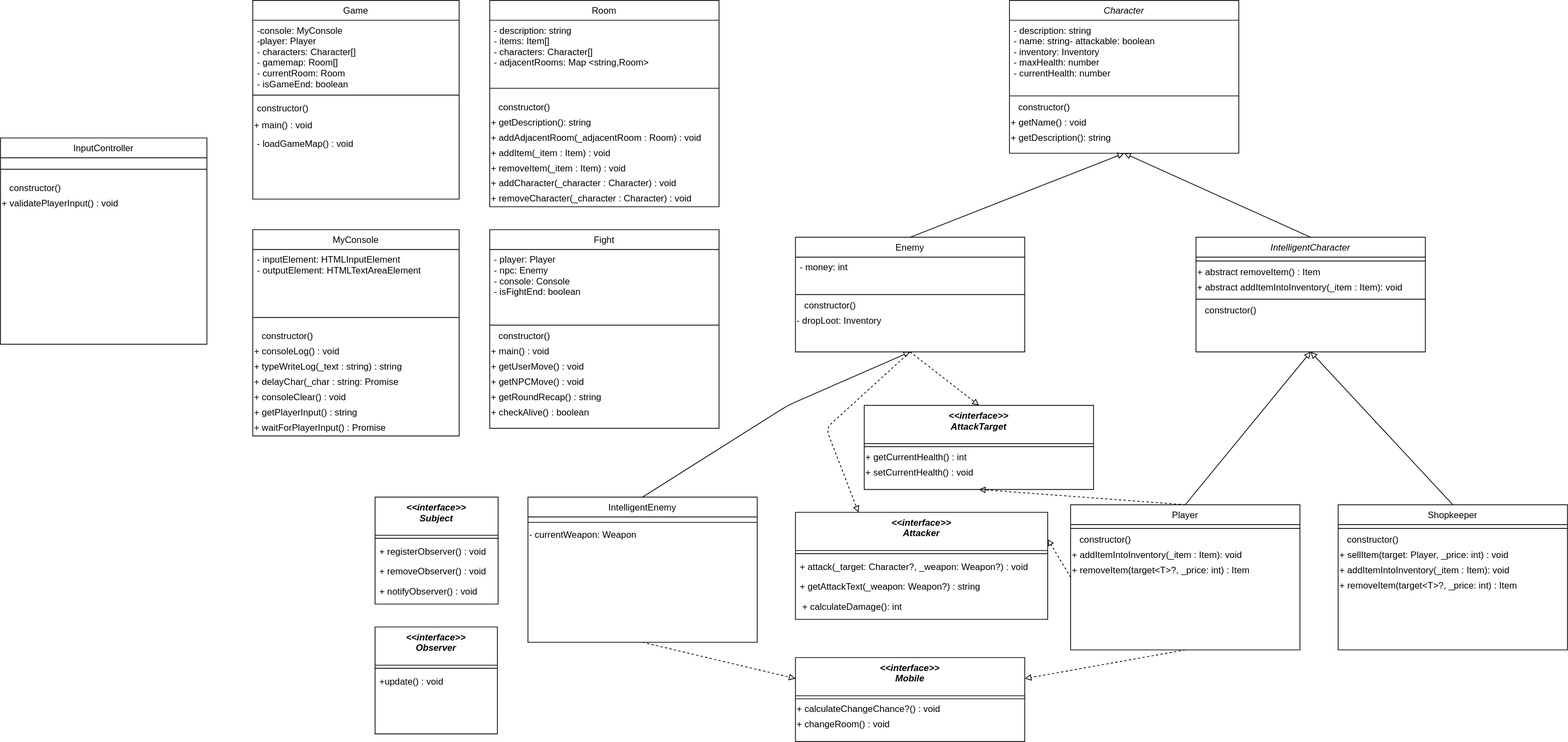
Before: concept/TextAdventure_ClassDiagram.svg, a diagram exported from draw.io (exolicious/Textadventure). Source tidied: cells renumbered, new cells last; positions are measured from the earlier drawing's top-left corner, leaving out a move shared by most shapes.
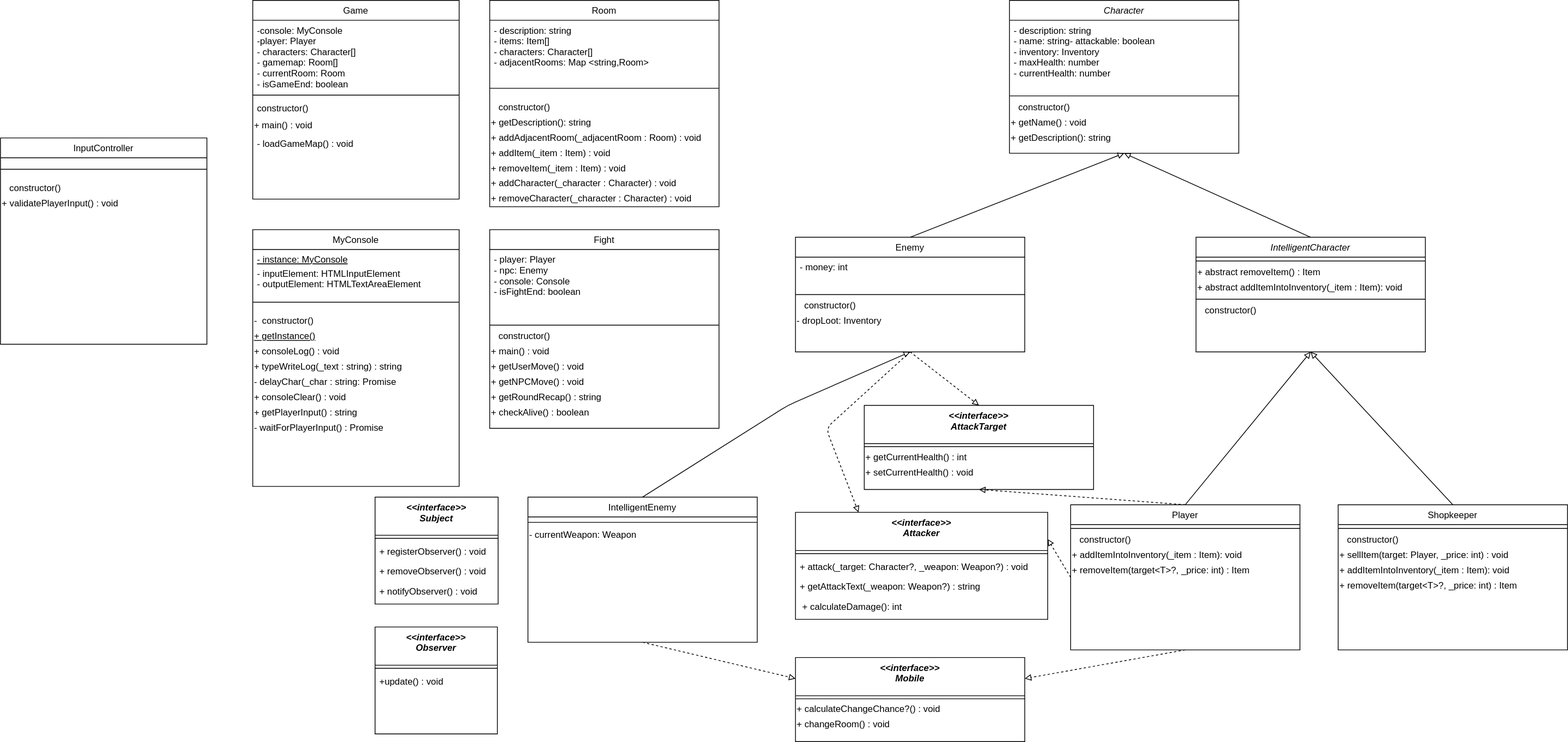
Above is the later version.

Change to the diagram source:
```diff
@@ -275,24 +275,30 @@
       <mxGeometry y="230" width="300" height="20" as="geometry" />
     </mxCell>
     <mxCell id="90" value="MyConsole" style="swimlane;fontStyle=0;align=center;verticalAlign=top;horizontal=1;startSize=26;rounded=0;shadow=0;strokeWidth=1;" parent="1" vertex="1">
-      <mxGeometry x="330" y="300" width="270" height="270" as="geometry" />
+      <mxGeometry x="330" y="300" width="270" height="336" as="geometry" />
     </mxCell>
+    <mxCell id="104" value="- instance: MyConsole" style="text;align=left;verticalAlign=top;spacingLeft=4;spacingRight=4;overflow=hidden;fontStyle=4;" parent="90" vertex="1">
+      <mxGeometry y="26" width="270" height="4" as="geometry" />
+    </mxCell>
-    <mxCell id="91" value="- inputElement: HTMLInputElement&#10;- outputElement: HTMLTextAreaElement&#10;&#10;" style="text;align=left;verticalAlign=top;spacingLeft=4;spacingRight=4;overflow=hidden;" parent="90" vertex="1">
-      <mxGeometry y="26" width="270" height="74" as="geometry" />
+    <mxCell id="91" value="&#10;- inputElement: HTMLInputElement&#10;- outputElement: HTMLTextAreaElement&#10;&#10;" style="text;align=left;verticalAlign=top;spacingLeft=4;spacingRight=4;overflow=hidden;" parent="90" vertex="1">
+      <mxGeometry y="30" width="270" height="50" as="geometry" />
     </mxCell>
     <mxCell id="92" style="line;html=1;strokeWidth=1;align=left;verticalAlign=middle;spacingTop=-1;spacingLeft=3;spacingRight=3;labelPosition=right;" parent="90" vertex="1">
-      <mxGeometry y="100" width="270" height="30" as="geometry" />
+      <mxGeometry y="80" width="270" height="30" as="geometry" />
     </mxCell>
-    <mxCell id="93" value="&amp;nbsp;&amp;nbsp; constructor()" style="text;html=1;align=left;verticalAlign=middle;" parent="90" vertex="1">
-      <mxGeometry y="130" width="270" height="20" as="geometry" />
+    <mxCell id="93" value="-&amp;nbsp; constructor()" style="text;html=1;align=left;verticalAlign=middle;" parent="90" vertex="1">
+      <mxGeometry y="110" width="270" height="20" as="geometry" />
     </mxCell>
+    <mxCell id="105" value="+ getInstance()" style="text;html=1;align=left;verticalAlign=middle;fontStyle=4;" parent="90" vertex="1">
+      <mxGeometry y="130" width="270" height="20" as="geometry" />
+    </mxCell>
     <mxCell id="94" value="+ consoleLog() : void" style="text;html=1;align=left;verticalAlign=middle;" parent="90" vertex="1">
       <mxGeometry y="150" width="270" height="20" as="geometry" />
     </mxCell>
     <mxCell id="95" value="&lt;div&gt;+ typeWriteLog(_text : string) : string&lt;br&gt;&lt;/div&gt;" style="text;html=1;align=left;verticalAlign=middle;" parent="90" vertex="1">
       <mxGeometry y="170" width="270" height="20" as="geometry" />
     </mxCell>
-    <mxCell id="96" value="&lt;div&gt;+ delayChar(_char : string: Promise&lt;br&gt;&lt;/div&gt;" style="text;html=1;align=left;verticalAlign=middle;" parent="90" vertex="1">
+    <mxCell id="96" value="&lt;div&gt;- delayChar(_char : string: Promise&lt;br&gt;&lt;/div&gt;" style="text;html=1;align=left;verticalAlign=middle;" parent="90" vertex="1">
       <mxGeometry y="190" width="270" height="20" as="geometry" />
     </mxCell>
     <mxCell id="97" value="+ consoleClear()  : void" style="text;html=1;align=left;verticalAlign=middle;" parent="90" vertex="1">
@@ -301,7 +307,7 @@
     <mxCell id="98" value="&lt;div&gt;+ getPlayerInput()  : string&lt;/div&gt;" style="text;html=1;align=left;verticalAlign=middle;" parent="90" vertex="1">
       <mxGeometry y="230" width="270" height="20" as="geometry" />
     </mxCell>
-    <mxCell id="99" value="&lt;div&gt;+ waitForPlayerInput() : Promise&lt;br&gt;&lt;/div&gt;" style="text;html=1;align=left;verticalAlign=middle;" parent="90" vertex="1">
+    <mxCell id="99" value="&lt;div&gt;- waitForPlayerInput() : Promise&lt;br&gt;&lt;/div&gt;" style="text;html=1;align=left;verticalAlign=middle;" parent="90" vertex="1">
       <mxGeometry y="250" width="270" height="20" as="geometry" />
     </mxCell>
     <mxCell id="100" value="InputController" style="swimlane;fontStyle=0;align=center;verticalAlign=top;horizontal=1;startSize=26;rounded=0;shadow=0;strokeWidth=1;" parent="1" vertex="1">
```
